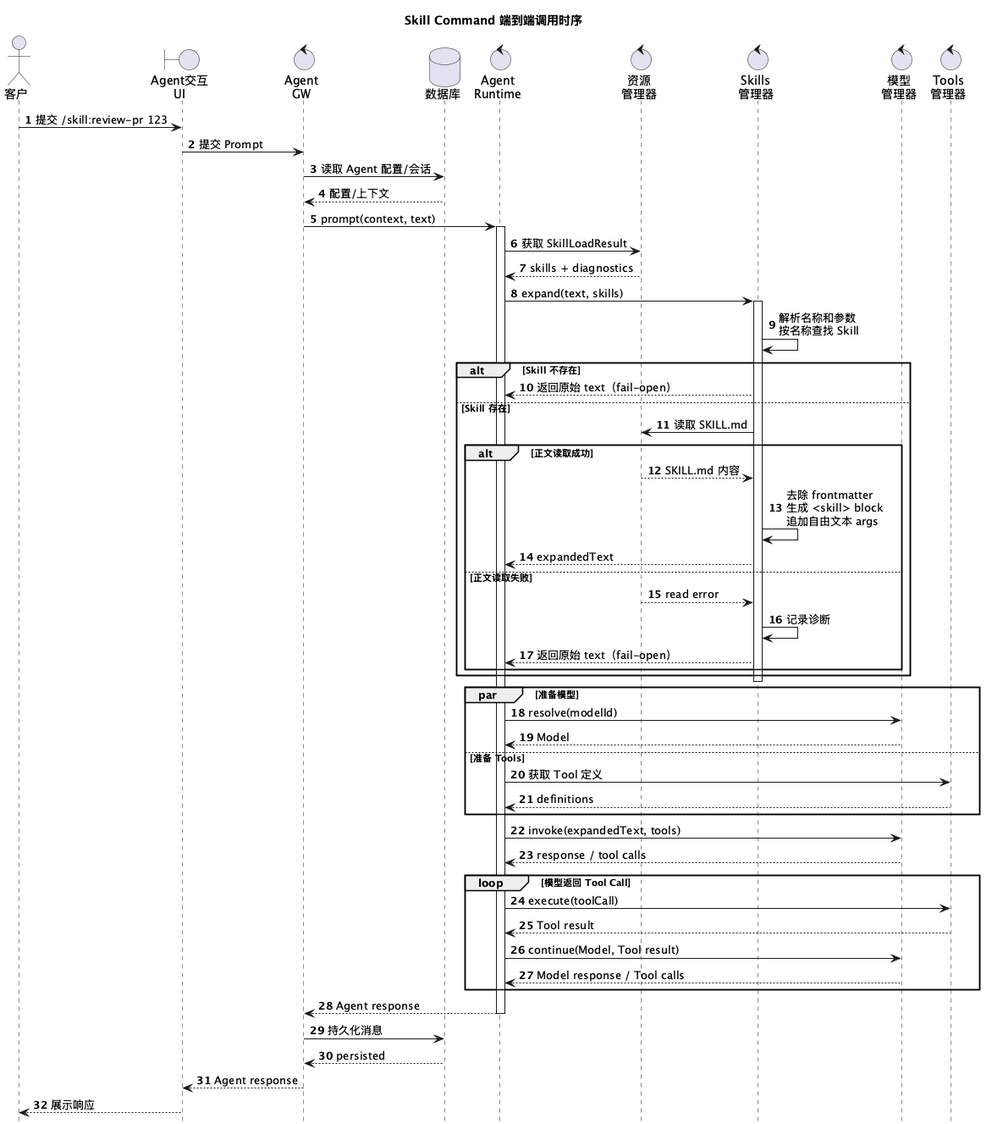
Earlier version of the PlantUML export assets/skill-command-invocation.png (superheromeZzh/pi-mono-java-design).
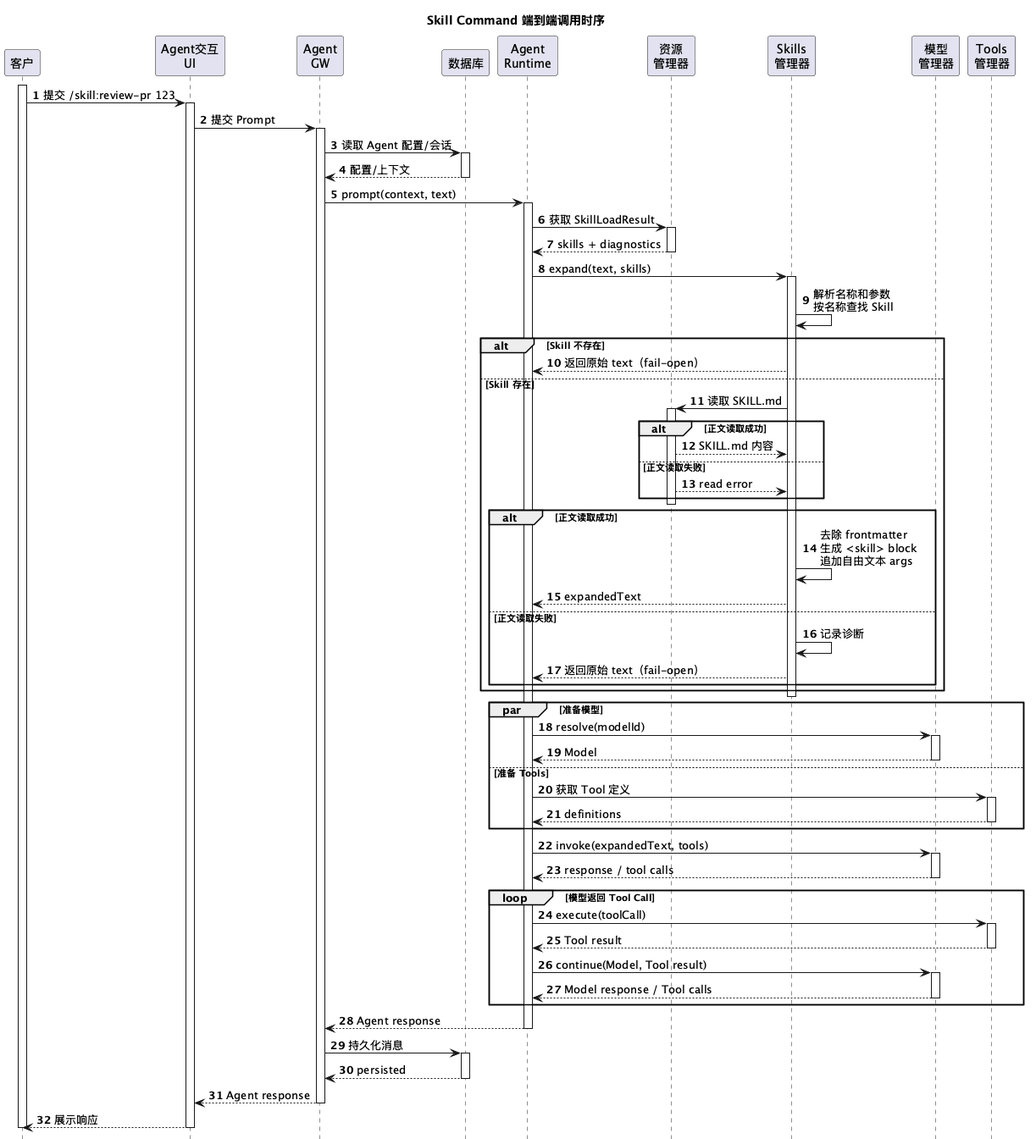
After the commit.

Commit message:
docs: standardize PlantUML activations

Diff of the diagram source:
```diff
@@ -5,25 +5,32 @@
 hide footbox
 autonumber
 
-actor "客户" as Client
-boundary "Agent交互\nUI" as UI
-control "Agent\nGW" as Gateway
-database "数据库" as Database
-control "Agent\nRuntime" as Runtime
-control "资源\n管理器" as ResourceManager
-control "Skills\n管理器" as SkillsManager
-control "模型\n管理器" as ModelManager
-control "Tools\n管理器" as ToolsManager
+participant "客户" as Client
+participant "Agent交互\nUI" as UI
+participant "Agent\nGW" as Gateway
+participant "数据库" as Database
+participant "Agent\nRuntime" as Runtime
+participant "资源\n管理器" as ResourceManager
+participant "Skills\n管理器" as SkillsManager
+participant "模型\n管理器" as ModelManager
+participant "Tools\n管理器" as ToolsManager
 
+activate Client
 Client -> UI: 提交 /skill:review-pr 123
+activate UI
 UI -> Gateway: 提交 Prompt
+activate Gateway
 Gateway -> Database: 读取 Agent 配置/会话
+activate Database
 Database --> Gateway: 配置/上下文
+deactivate Database
 Gateway -> Runtime: prompt(context, text)
 activate Runtime
 
 Runtime -> ResourceManager: 获取 SkillLoadResult
+activate ResourceManager
 ResourceManager --> Runtime: skills + diagnostics
+deactivate ResourceManager
 Runtime -> SkillsManager: expand(text, skills)
 activate SkillsManager
 SkillsManager -> SkillsManager: 解析名称和参数\n按名称查找 Skill
@@ -32,12 +39,18 @@
     SkillsManager --> Runtime: 返回原始 text（fail-open）
 else Skill 存在
     SkillsManager -> ResourceManager: 读取 SKILL.md
+    activate ResourceManager
     alt 正文读取成功
         ResourceManager --> SkillsManager: SKILL.md 内容
+    else 正文读取失败
+        ResourceManager --> SkillsManager: read error
+    end
+    deactivate ResourceManager
+
+    alt 正文读取成功
         SkillsManager -> SkillsManager: 去除 frontmatter\n生成 <skill> block\n追加自由文本 args
         SkillsManager --> Runtime: expandedText
     else 正文读取失败
-        ResourceManager --> SkillsManager: read error
         SkillsManager -> SkillsManager: 记录诊断
         SkillsManager --> Runtime: 返回原始 text（fail-open）
     end
@@ -46,26 +59,41 @@
 
 par 准备模型
     Runtime -> ModelManager: resolve(modelId)
+    activate ModelManager
     ModelManager --> Runtime: Model
+    deactivate ModelManager
 else 准备 Tools
     Runtime -> ToolsManager: 获取 Tool 定义
+    activate ToolsManager
     ToolsManager --> Runtime: definitions
+    deactivate ToolsManager
 end
 
 Runtime -> ModelManager: invoke(expandedText, tools)
+activate ModelManager
 ModelManager --> Runtime: response / tool calls
+deactivate ModelManager
 
 loop 模型返回 Tool Call
     Runtime -> ToolsManager: execute(toolCall)
+    activate ToolsManager
     ToolsManager --> Runtime: Tool result
+    deactivate ToolsManager
     Runtime -> ModelManager: continue(Model, Tool result)
+    activate ModelManager
     ModelManager --> Runtime: Model response / Tool calls
+    deactivate ModelManager
 end
 
 Runtime --> Gateway: Agent response
 deactivate Runtime
 Gateway -> Database: 持久化消息
+activate Database
 Database --> Gateway: persisted
+deactivate Database
 Gateway --> UI: Agent response
+deactivate Gateway
 UI --> Client: 展示响应
+deactivate UI
+deactivate Client
 @enduml
```
